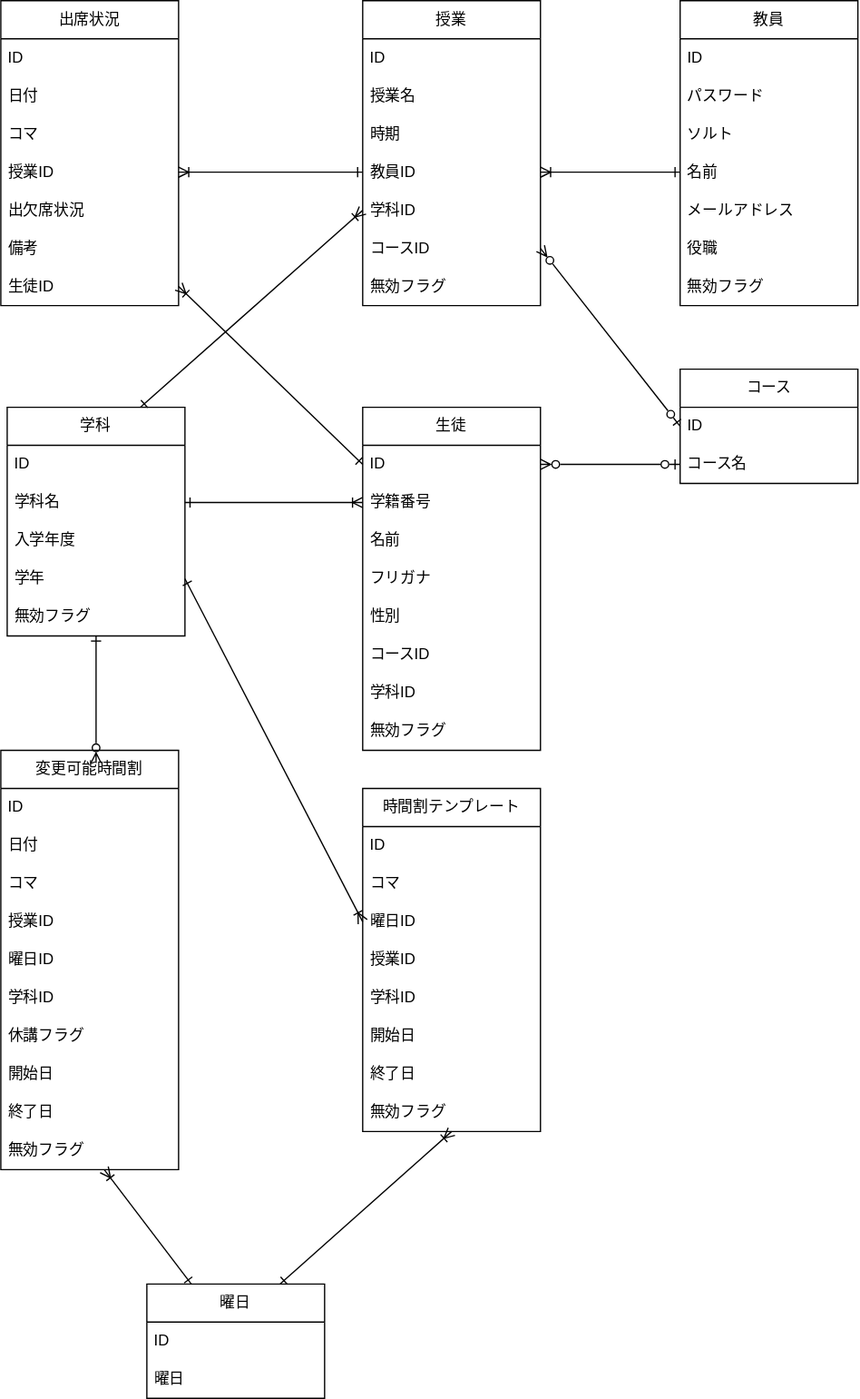
Earlier version of the draw.io export データベース.drawio.svg (Raiki215/project_j). Source tidied: cells renumbered, new cells last; positions are measured from the earlier drawing's top-left corner, leaving out a move shared by most shapes.
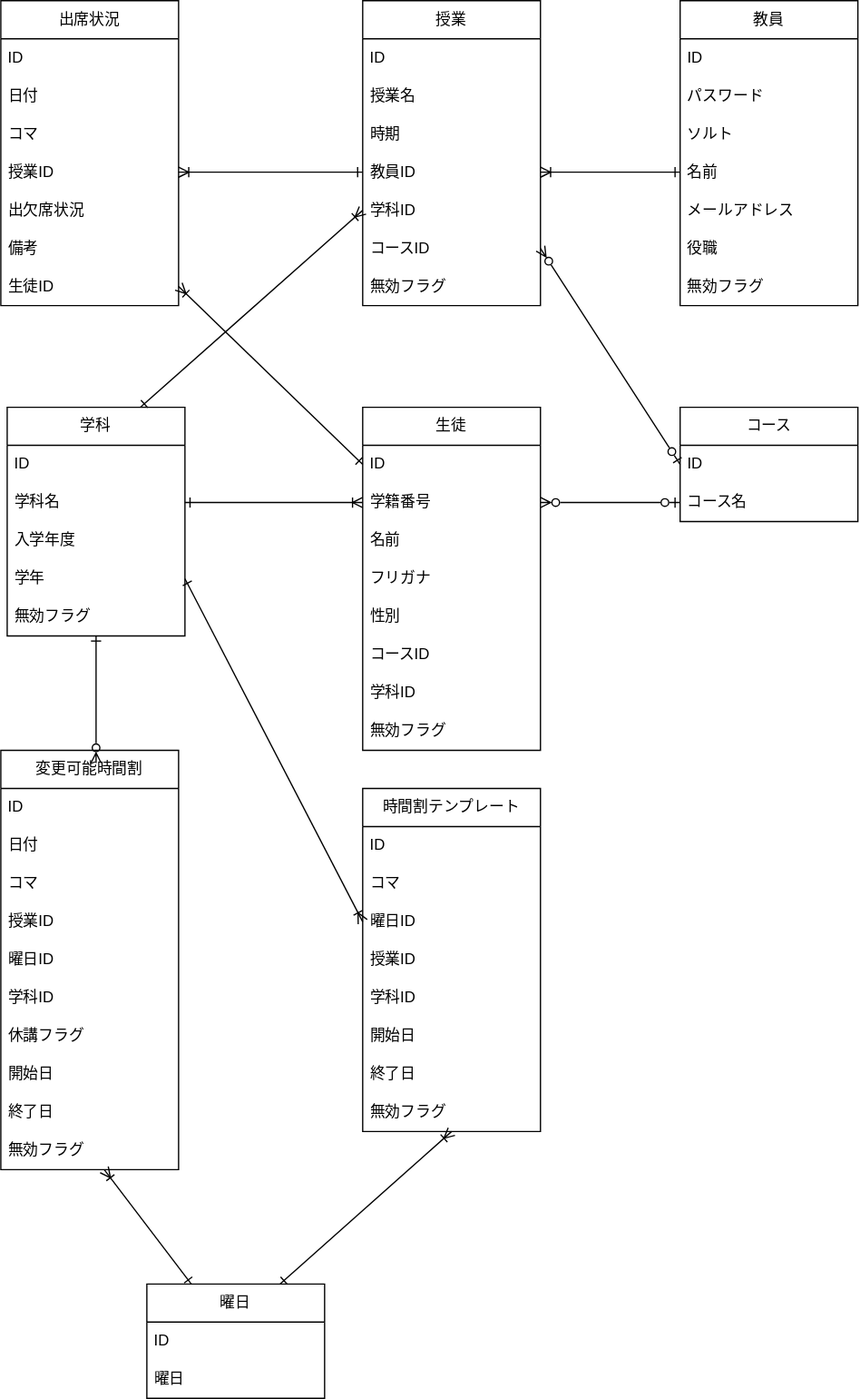
Later version of the same file.

Commit message:
矢印の調整5

Change to the diagram source:
```diff
@@ -96,7 +96,7 @@
       <mxGeometry y="210" width="140" height="30" as="geometry" />
     </mxCell>
     <mxCell id="33" value="コース" style="swimlane;fontStyle=0;horizontal=1;startSize=30;whiteSpace=wrap;html=1;" parent="1" vertex="1">
-      <mxGeometry x="535" y="290" width="140" height="90" as="geometry" />
+      <mxGeometry x="535" y="320" width="140" height="90" as="geometry" />
     </mxCell>
     <mxCell id="34" value="ID" style="text;strokeColor=none;fillColor=none;align=left;verticalAlign=middle;spacingLeft=4;spacingRight=4;overflow=hidden;points=[[0,0.5],[1,0.5]];portConstraint=eastwest;whiteSpace=wrap;html=1;" parent="33" vertex="1">
       <mxGeometry y="30" width="140" height="30" as="geometry" />
@@ -224,7 +224,7 @@
     <mxCell id="74" style="endArrow=ERzeroToOne;startArrow=ERzeroToMany;html=1;exitX=1;exitY=0.5;exitDx=0;exitDy=0;entryX=0;entryY=0.5;entryDx=0;entryDy=0;endFill=0;startFill=0;" parent="1" edge="1" source="65" target="34">
       <mxGeometry relative="1" as="geometry" />
     </mxCell>
-    <mxCell id="75" style="endArrow=ERzeroToOne;startArrow=ERzeroToMany;html=1;exitX=1;exitY=0.5;exitDx=0;exitDy=0;endFill=0;startFill=0;entryX=0;entryY=0.5;entryDx=0;entryDy=0;" parent="1" edge="1" source="9" target="35">
+    <mxCell id="75" style="endArrow=ERzeroToOne;startArrow=ERzeroToMany;html=1;exitX=1;exitY=0.5;exitDx=0;exitDy=0;endFill=0;startFill=0;entryX=0;entryY=0.5;entryDx=0;entryDy=0;" parent="1" edge="1" source="10" target="35">
       <mxGeometry relative="1" as="geometry" />
     </mxCell>
     <mxCell id="76" style="endArrow=ERoneToMany;startArrow=ERone;html=1;exitX=0.25;exitY=0;exitDx=0;exitDy=0;startFill=0;endFill=0;" parent="1" edge="1" source="45" target="58">
```
